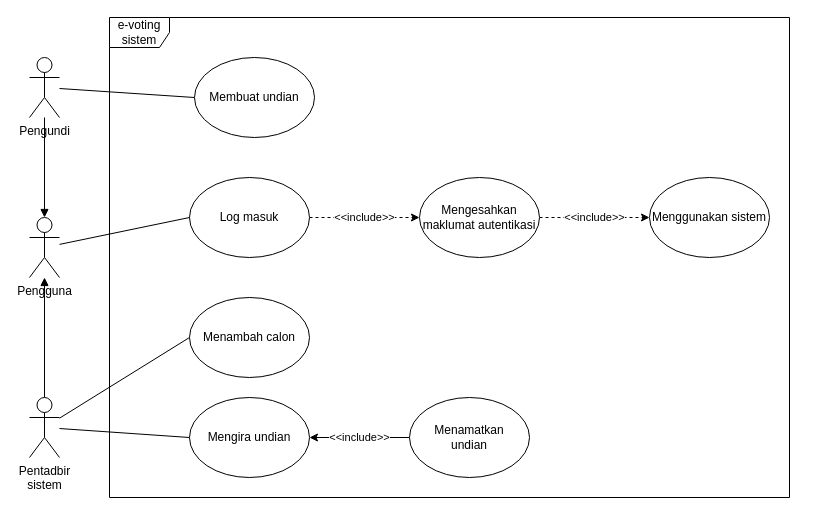
izqalan/drawio keeps this draw.io diagram as page "UML" (4 of 6) of admin-flow.drawio. Above is the earlier version. Source tidied: cells renumbered, new cells numbered last; positions are measured from the earlier drawing's top-left corner, leaving out a move shared by most shapes. Both pictures are drawn from the tidied source at 100%, with x=0, y=0 at pixel (29, 17).
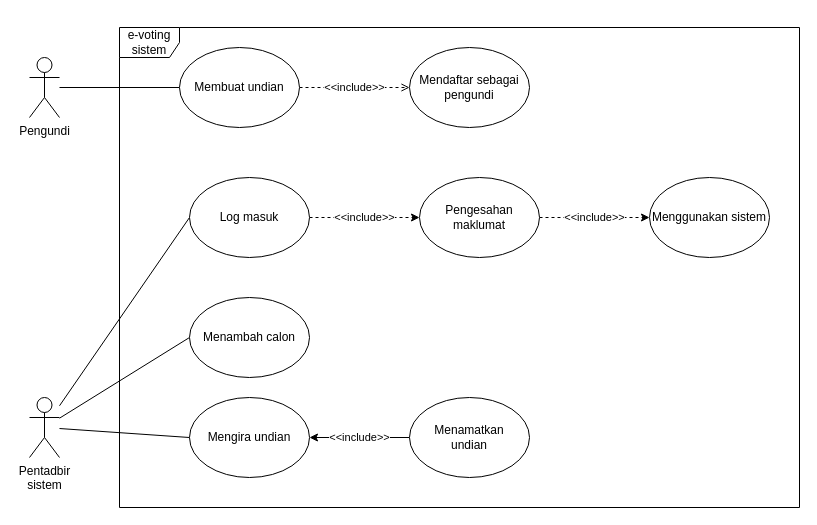
Above is the later version.

The change refers to these unchanged cells:
```xml
<mxCell id="4" value="Pengundi" style="shape=umlActor;verticalLabelPosition=bottom;verticalAlign=top;html=1;outlineConnect=0;" parent="1" vertex="1">
  <mxGeometry y="40" width="30" height="60" as="geometry" />
</mxCell>
<mxCell id="9" value="&lt;div&gt;Pentadbir &lt;br&gt;&lt;/div&gt;&lt;div&gt;sistem&lt;/div&gt;&lt;div&gt;&lt;br&gt;&lt;/div&gt;" style="shape=umlActor;verticalLabelPosition=bottom;verticalAlign=top;html=1;outlineConnect=0;" parent="1" vertex="1">
  <mxGeometry y="380" width="30" height="60" as="geometry" />
</mxCell>
<mxCell id="11" value="Log masuk" style="ellipse;whiteSpace=wrap;html=1;" parent="1" vertex="1">
  <mxGeometry x="160" y="160" width="120" height="80" as="geometry" />
</mxCell>
```

The edit, as a diff of the source:
```diff
@@
-    <mxCell id="2" style="edgeStyle=none;rounded=0;jettySize=auto;html=1;endArrow=block;endFill=1;" parent="1" edge="1" source="4" target="19">
-      <mxGeometry relative="1" as="geometry" />
-    </mxCell>
@@
     <mxCell id="5" value="e-voting sistem" style="shape=umlFrame;whiteSpace=wrap;html=1;" parent="1" vertex="1">
-      <mxGeometry x="80" width="680" height="480" as="geometry" />
+      <mxGeometry x="90" y="10" width="680" height="480" as="geometry" />
     </mxCell>
-    <mxCell id="6" style="edgeStyle=none;rounded=0;jettySize=auto;html=1;endArrow=block;endFill=1;" parent="1" edge="1" source="9" target="19">
-      <mxGeometry relative="1" as="geometry" />
-    </mxCell>
@@
+    <mxCell id="22" style="rounded=0;jettySize=auto;html=1;entryX=0;entryY=0.5;entryDx=0;entryDy=0;endArrow=none;endFill=0;" parent="1" edge="1" source="9" target="11">
+      <mxGeometry relative="1" as="geometry" />
+    </mxCell>
@@
-    <mxCell id="13" value="Mengesahkan maklumat autentikasi" style="ellipse;whiteSpace=wrap;html=1;" parent="1" vertex="1">
+    <mxCell id="13" value="Pengesahan maklumat" style="ellipse;whiteSpace=wrap;html=1;" parent="1" vertex="1">
       <mxGeometry x="390" y="160" width="120" height="80" as="geometry" />
     </mxCell>
@@
+    <mxCell id="23" value="&amp;lt;&amp;lt;include&amp;gt;&amp;gt;" style="edgeStyle=none;rounded=0;jettySize=auto;html=1;entryX=0;entryY=0.5;entryDx=0;entryDy=0;endArrow=open;endFill=0;dashed=1;" parent="1" edge="1" source="15" target="24">
+      <mxGeometry relative="1" as="geometry" />
+    </mxCell>
     <mxCell id="15" value="Membuat undian" style="ellipse;whiteSpace=wrap;html=1;" parent="1" vertex="1">
-      <mxGeometry x="165" y="40" width="120" height="80" as="geometry" />
+      <mxGeometry x="150" y="30" width="120" height="80" as="geometry" />
     </mxCell>
@@
-    <mxCell id="18" style="edgeStyle=none;rounded=0;jettySize=auto;html=1;entryX=0;entryY=0.5;entryDx=0;entryDy=0;endArrow=none;endFill=0;" parent="1" edge="1" source="19" target="11">
-      <mxGeometry relative="1" as="geometry" />
-    </mxCell>
-    <mxCell id="19" value="Pengguna" style="shape=umlActor;verticalLabelPosition=bottom;verticalAlign=top;html=1;outlineConnect=0;" parent="1" vertex="1">
-      <mxGeometry y="200" width="30" height="60" as="geometry" />
-    </mxCell>
@@
+    <mxCell id="24" value="Mendaftar sebagai pengundi" style="ellipse;whiteSpace=wrap;html=1;" parent="1" vertex="1">
+      <mxGeometry x="380" y="30" width="120" height="80" as="geometry" />
+    </mxCell>
```
